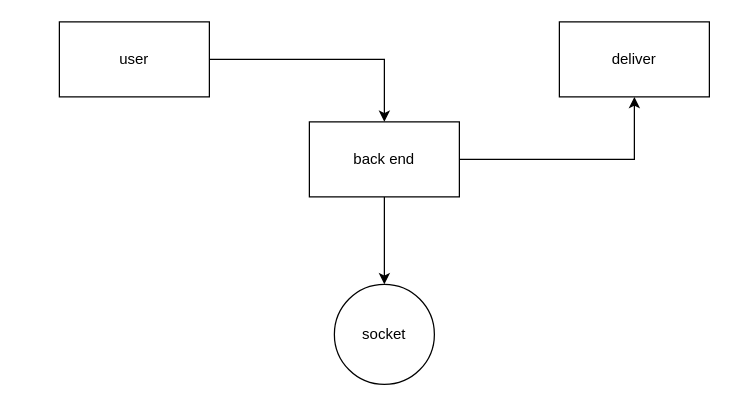
The draw.io diagram whatsapp.drawio in Intina47/sys-D, before the edit. Source tidied: cells renumbered, new cells numbered last; positions are measured from the earlier drawing's top-left corner, leaving out a move shared by most shapes. Both pictures are drawn from the tidied source at 125%, with x=0, y=0 at pixel (59, 21).
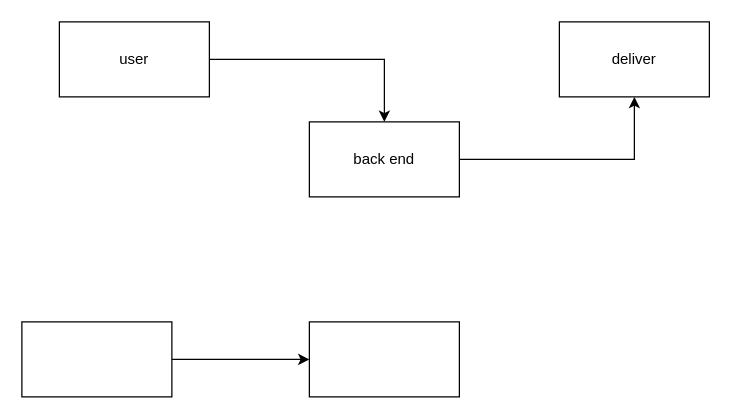
The same page after the edit.

The edit, as a diff of the source:
```diff
@@
 <mxGraphModel>
   <root>
     <mxCell id="0" />
     <mxCell id="1" parent="0" />
     <mxCell id="2" style="edgeStyle=orthogonalEdgeStyle;rounded=0;jettySize=auto;html=1;" parent="1" edge="1" source="3" target="6">
       <mxGeometry relative="1" as="geometry" />
     </mxCell>
     <mxCell id="3" value="user" style="rounded=0;whiteSpace=wrap;html=1;" parent="1" vertex="1">
       <mxGeometry width="120" height="60" as="geometry" />
     </mxCell>
     <mxCell id="4" style="edgeStyle=orthogonalEdgeStyle;rounded=0;jettySize=auto;html=1;" parent="1" edge="1" source="6" target="7">
       <mxGeometry relative="1" as="geometry" />
     </mxCell>
-    <mxCell id="5" style="edgeStyle=orthogonalEdgeStyle;rounded=0;jettySize=auto;html=1;" parent="1" edge="1" source="6" target="8">
-      <mxGeometry relative="1" as="geometry" />
-    </mxCell>
     <mxCell id="6" value="back end" style="rounded=0;whiteSpace=wrap;html=1;" parent="1" vertex="1">
       <mxGeometry x="200" y="80" width="120" height="60" as="geometry" />
     </mxCell>
     <mxCell id="7" value="deliver" style="rounded=0;whiteSpace=wrap;html=1;" parent="1" vertex="1">
       <mxGeometry x="400" width="120" height="60" as="geometry" />
     </mxCell>
-    <mxCell id="8" value="socket" style="ellipse;whiteSpace=wrap;html=1;rounded=0;" parent="1" vertex="1">
-      <mxGeometry x="220" y="210" width="80" height="80" as="geometry" />
-    </mxCell>
+    <mxCell id="9" style="rounded=0;whiteSpace=wrap;html=1;" parent="1" vertex="1">
+      <mxGeometry x="200" y="240" width="120" height="60" as="geometry" />
+    </mxCell>
+    <mxCell id="10" style="edgeStyle=orthogonalEdgeStyle;rounded=0;jettySize=auto;html=1;" parent="1" edge="1" source="11" target="9">
+      <mxGeometry relative="1" as="geometry" />
+    </mxCell>
+    <mxCell id="11" style="rounded=0;whiteSpace=wrap;html=1;" parent="1" vertex="1">
+      <mxGeometry x="-30" y="240" width="120" height="60" as="geometry" />
+    </mxCell>
   </root>
 </mxGraphModel>
```
